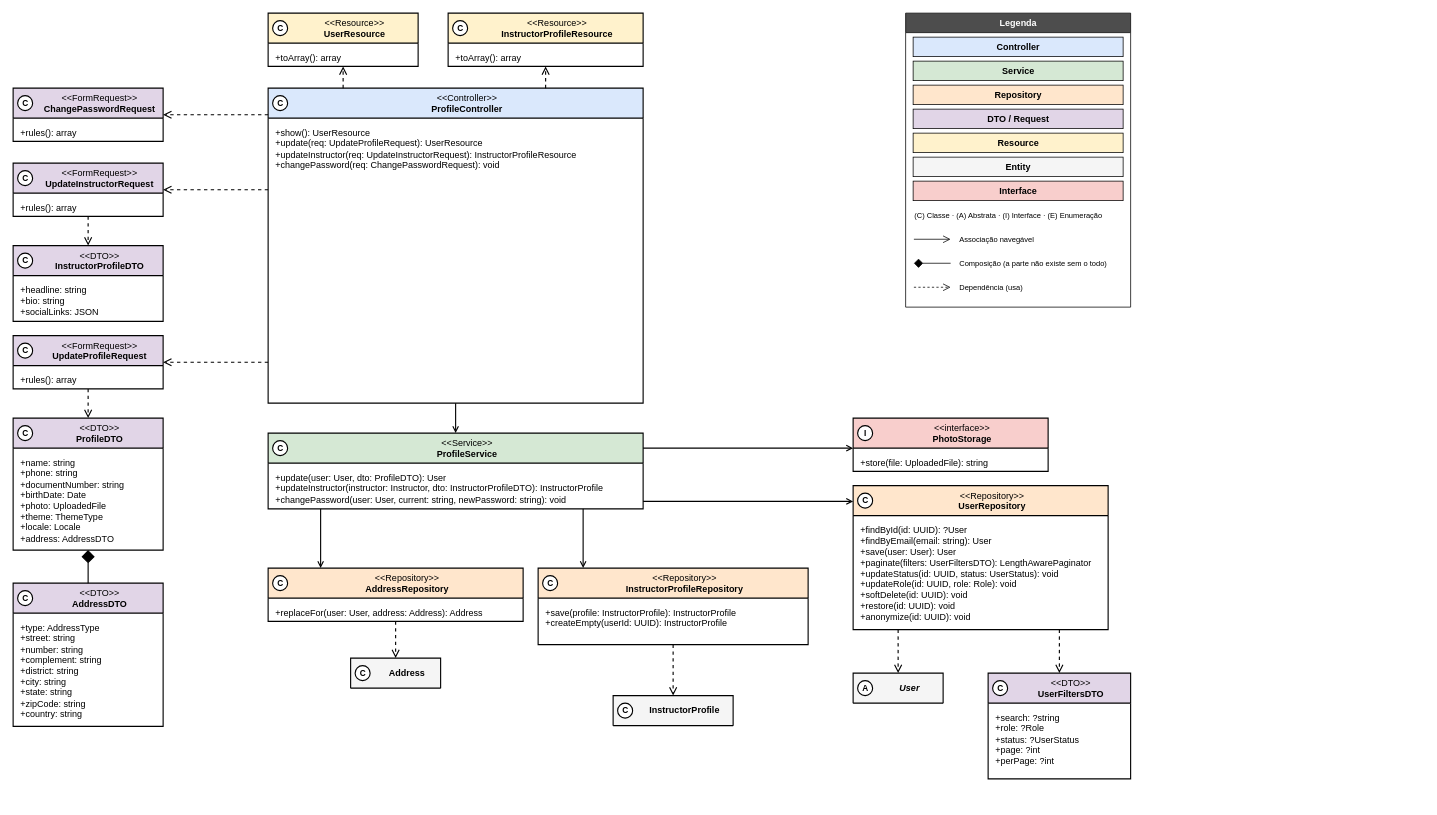
Plataforma-de-Cursos-TCC/plataforma-cursos-docs keeps this draw.io diagram as especificacao/diagramas/13-classes-area-a-implementacao-perfil.drawio. Above is the earlier version. Source tidied: cells renumbered, new cells numbered last; positions are measured from the earlier drawing's top-left corner, leaving out a move shared by most shapes. Both pictures are drawn from the tidied source at 75%, with x=0, y=0 at pixel (13, 13).
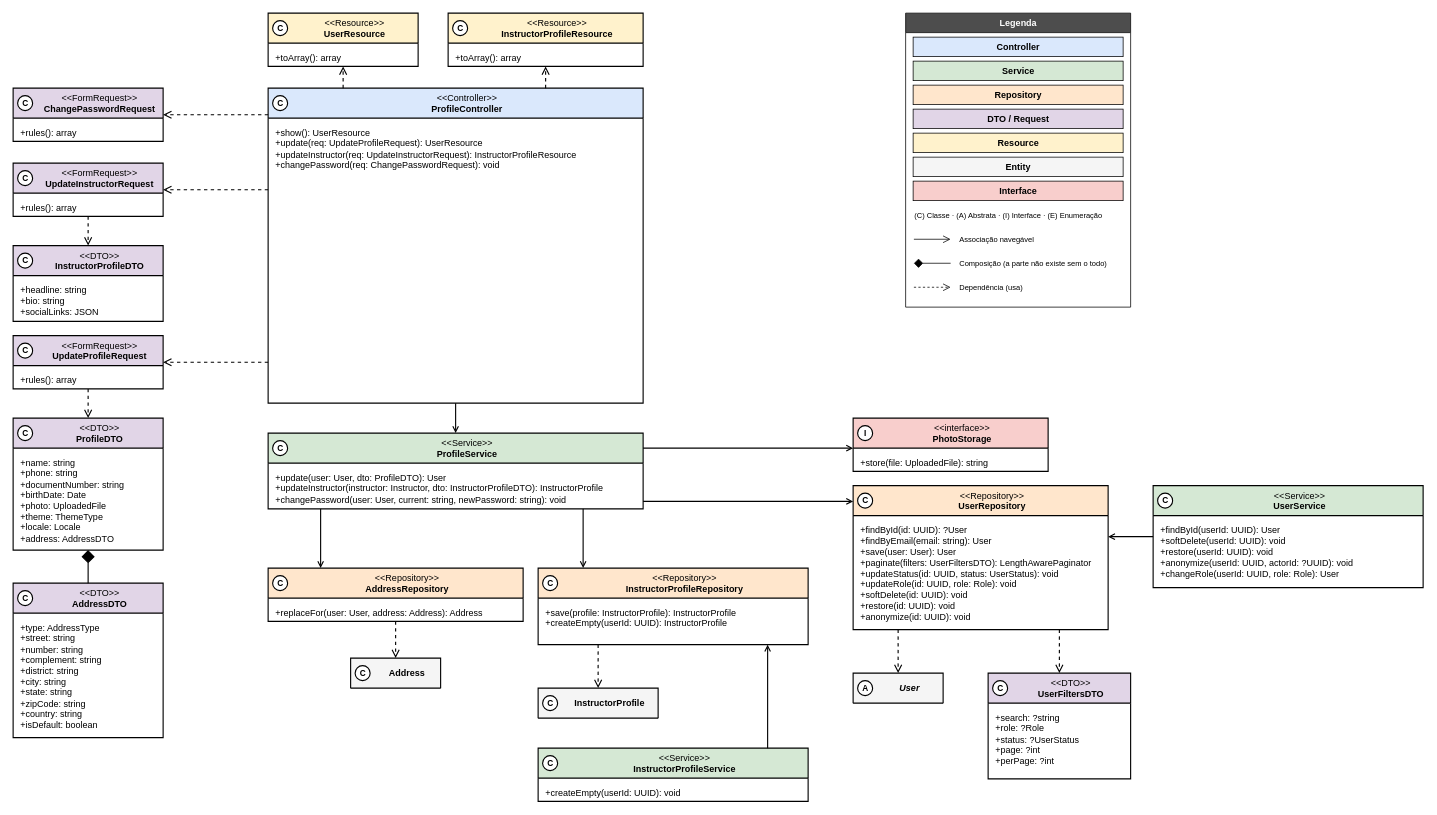
The same page after the edit.

Unchanged cells that the change refers to:
```xml
<mxCell id="24" value="&amp;lt;&amp;lt;Repository&amp;gt;&amp;gt;&lt;br&gt;&lt;b&gt;UserRepository&lt;/b&gt;" style="swimlane;html=1;fontStyle=0;align=center;verticalAlign=top;startSize=40;fillColor=#FFE6CC;swimlaneFillColor=#FFFFFF;strokeColor=#000000;strokeWidth=1.5;fontFamily=Helvetica;fontSize=12;fontColor=#000000;rounded=0;spacingLeft=30;" parent="1" vertex="1">
  <mxGeometry x="1120" y="630" width="340" height="192" as="geometry" />
</mxCell>
<mxCell id="32" value="&amp;lt;&amp;lt;Repository&amp;gt;&amp;gt;&lt;br&gt;&lt;b&gt;InstructorProfileRepository&lt;/b&gt;" style="swimlane;html=1;fontStyle=0;align=center;verticalAlign=top;startSize=40;fillColor=#FFE6CC;swimlaneFillColor=#FFFFFF;strokeColor=#000000;strokeWidth=1.5;fontFamily=Helvetica;fontSize=12;fontColor=#000000;rounded=0;spacingLeft=30;" parent="1" vertex="1">
  <mxGeometry x="700" y="740" width="360" height="102" as="geometry" />
</mxCell>
```

Diff of the diagram source:
```diff
@@
     <mxCell id="18" value="&amp;lt;&amp;lt;DTO&amp;gt;&amp;gt;&lt;br&gt;&lt;b&gt;AddressDTO&lt;/b&gt;" style="swimlane;html=1;fontStyle=0;align=center;verticalAlign=top;startSize=40;fillColor=#E1D5E7;swimlaneFillColor=#FFFFFF;strokeColor=#000000;strokeWidth=1.5;fontFamily=Helvetica;fontSize=12;fontColor=#000000;rounded=0;spacingLeft=30;" parent="1" vertex="1">
-      <mxGeometry y="760" width="200" height="191" as="geometry" />
+      <mxGeometry y="760" width="200" height="206" as="geometry" />
     </mxCell>
-    <mxCell id="19" value="+type: AddressType&lt;br&gt;+street: string&lt;br&gt;+number: string&lt;br&gt;+complement: string&lt;br&gt;+district: string&lt;br&gt;+city: string&lt;br&gt;+state: string&lt;br&gt;+zipCode: string&lt;br&gt;+country: string" style="text;html=1;align=left;verticalAlign=top;spacingLeft=8;spacingRight=8;spacingTop=6;fontSize=12;fontFamily=Helvetica;fontColor=#000000;strokeColor=none;fillColor=none;whiteSpace=wrap;" parent="18" vertex="1">
-      <mxGeometry y="40" width="200" height="151" as="geometry" />
+    <mxCell id="19" value="+type: AddressType&lt;br&gt;+street: string&lt;br&gt;+number: string&lt;br&gt;+complement: string&lt;br&gt;+district: string&lt;br&gt;+city: string&lt;br&gt;+state: string&lt;br&gt;+zipCode: string&lt;br&gt;+country: string&lt;br&gt;+isDefault: boolean" style="text;html=1;align=left;verticalAlign=top;spacingLeft=8;spacingRight=8;spacingTop=6;fontSize=12;fontFamily=Helvetica;fontColor=#000000;strokeColor=none;fillColor=none;whiteSpace=wrap;" parent="18" vertex="1">
+      <mxGeometry y="40" width="200" height="166" as="geometry" />
     </mxCell>
@@
     <mxCell id="34" value="&lt;b&gt;InstructorProfile&lt;/b&gt;" style="swimlane;html=1;fontStyle=0;align=center;verticalAlign=middle;startSize=40;fillColor=#F5F5F5;swimlaneFillColor=#FFFFFF;strokeColor=#000000;strokeWidth=1.5;fontFamily=Helvetica;fontSize=12;fontColor=#000000;rounded=0;spacingLeft=30;" parent="1" vertex="1">
-      <mxGeometry x="800" y="910" width="160" height="40" as="geometry" />
+      <mxGeometry x="700" y="900" width="160" height="40" as="geometry" />
     </mxCell>
+    <mxCell id="91" value="&amp;lt;&amp;lt;Service&amp;gt;&amp;gt;&lt;br&gt;&lt;b&gt;UserService&lt;/b&gt;" style="swimlane;html=1;fontStyle=0;align=center;verticalAlign=top;startSize=40;fillColor=#D5E8D4;swimlaneFillColor=#FFFFFF;strokeColor=#000000;strokeWidth=1.5;fontFamily=Helvetica;fontSize=12;fontColor=#000000;rounded=0;spacingLeft=30;" parent="1" vertex="1">
+      <mxGeometry x="1520" y="630" width="360" height="136" as="geometry" />
+    </mxCell>
+    <mxCell id="92" value="+findById(userId: UUID): User&lt;br&gt;+softDelete(userId: UUID): void&lt;br&gt;+restore(userId: UUID): void&lt;br&gt;+anonymize(userId: UUID, actorId: ?UUID): void&lt;br&gt;+changeRole(userId: UUID, role: Role): User" style="text;html=1;align=left;verticalAlign=top;spacingLeft=8;spacingRight=8;spacingTop=6;fontSize=12;fontFamily=Helvetica;fontColor=#000000;strokeColor=none;fillColor=none;whiteSpace=wrap;" parent="91" vertex="1">
+      <mxGeometry y="40" width="360" height="96" as="geometry" />
+    </mxCell>
+    <mxCell id="93" value="&amp;lt;&amp;lt;Service&amp;gt;&amp;gt;&lt;br&gt;&lt;b&gt;InstructorProfileService&lt;/b&gt;" style="swimlane;html=1;fontStyle=0;align=center;verticalAlign=top;startSize=40;fillColor=#D5E8D4;swimlaneFillColor=#FFFFFF;strokeColor=#000000;strokeWidth=1.5;fontFamily=Helvetica;fontSize=12;fontColor=#000000;rounded=0;spacingLeft=30;" parent="1" vertex="1">
+      <mxGeometry x="700" y="980" width="360" height="71" as="geometry" />
+    </mxCell>
+    <mxCell id="94" value="+createEmpty(userId: UUID): void" style="text;html=1;align=left;verticalAlign=top;spacingLeft=8;spacingRight=8;spacingTop=6;fontSize=12;fontFamily=Helvetica;fontColor=#000000;strokeColor=none;fillColor=none;whiteSpace=wrap;" parent="93" vertex="1">
+      <mxGeometry y="40" width="360" height="31" as="geometry" />
+    </mxCell>
@@
-    <mxCell id="51" style="edgeStyle=orthogonalEdgeStyle;rounded=0;html=1;strokeColor=#000000;strokeWidth=1.5;dashed=1;endArrow=open;endSize=8;exitX=0.5000;exitY=1.0000;entryX=0.5000;entryY=0.0000;" parent="1" edge="1" source="32" target="34">
+    <mxCell id="51" style="edgeStyle=orthogonalEdgeStyle;rounded=0;html=1;strokeColor=#000000;strokeWidth=1.5;dashed=1;endArrow=open;endSize=8;exitX=0.2222;exitY=1.0000;entryX=0.5000;entryY=0.0000;" parent="1" edge="1" source="32" target="34">
       <mxGeometry relative="1" as="geometry" />
     </mxCell>
+    <mxCell id="95" style="edgeStyle=orthogonalEdgeStyle;rounded=0;html=1;strokeColor=#000000;strokeWidth=1.5;endSize=6;endArrow=open;endFill=0;exitX=0.0000;exitY=0.5000;entryX=1.0000;entryY=0.3542;" parent="1" edge="1" source="91" target="24">
+      <mxGeometry relative="1" as="geometry" />
+    </mxCell>
+    <mxCell id="96" style="edgeStyle=orthogonalEdgeStyle;rounded=0;html=1;strokeColor=#000000;strokeWidth=1.5;endSize=6;endArrow=open;endFill=0;exitX=0.8500;exitY=0.0000;entryX=0.8500;entryY=1.0000;" parent="1" edge="1" source="93" target="32">
+      <mxGeometry relative="1" as="geometry" />
+    </mxCell>
@@
     <mxCell id="69" value="C" style="ellipse;html=1;fillColor=#FFFFFF;strokeColor=#000000;strokeWidth=1.5;fontFamily=Helvetica;fontSize=11;fontStyle=1;fontColor=#000000;" parent="1" vertex="1">
-      <mxGeometry x="806" y="920" width="20" height="20" as="geometry" />
+      <mxGeometry x="706" y="910" width="20" height="20" as="geometry" />
     </mxCell>
+    <mxCell id="97" value="C" style="ellipse;html=1;fillColor=#FFFFFF;strokeColor=#000000;strokeWidth=1.5;fontFamily=Helvetica;fontSize=11;fontStyle=1;fontColor=#000000;" parent="1" vertex="1">
+      <mxGeometry x="1526" y="640" width="20" height="20" as="geometry" />
+    </mxCell>
+    <mxCell id="98" value="C" style="ellipse;html=1;fillColor=#FFFFFF;strokeColor=#000000;strokeWidth=1.5;fontFamily=Helvetica;fontSize=11;fontStyle=1;fontColor=#000000;" parent="1" vertex="1">
+      <mxGeometry x="706" y="990" width="20" height="20" as="geometry" />
+    </mxCell>
```
